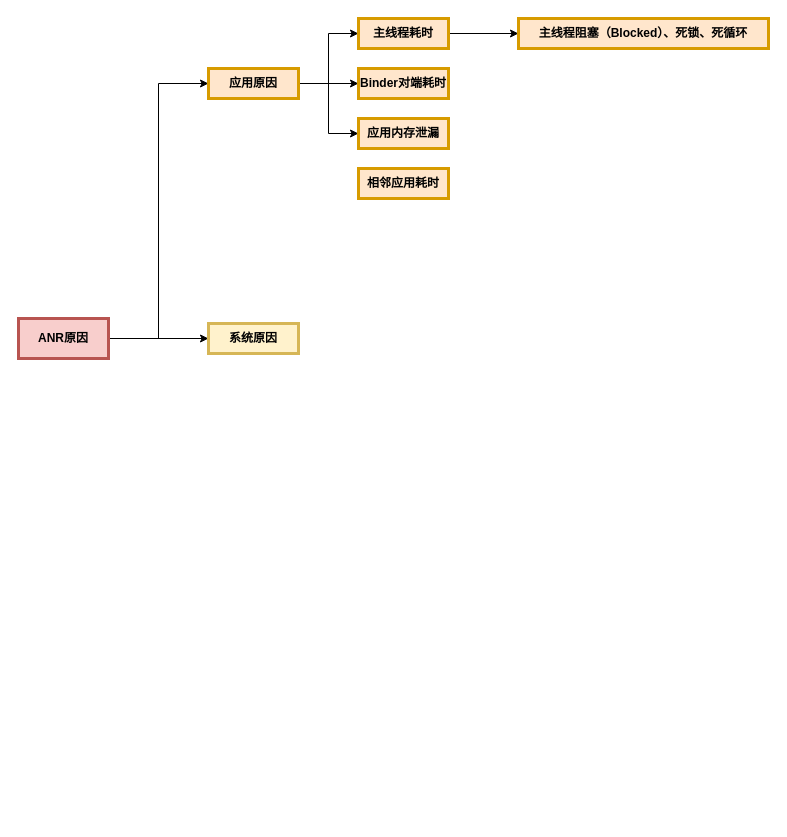
The draw.io diagram 未命名绘图.drawio in qiutianfu1994/Android-Camera-App, before the edit. Source tidied: cells renumbered, new cells numbered last; positions are measured from the earlier drawing's top-left corner, leaving out a move shared by most shapes. Both pictures are drawn from the tidied source at 100%, with x=0, y=0 at pixel (18, 18).
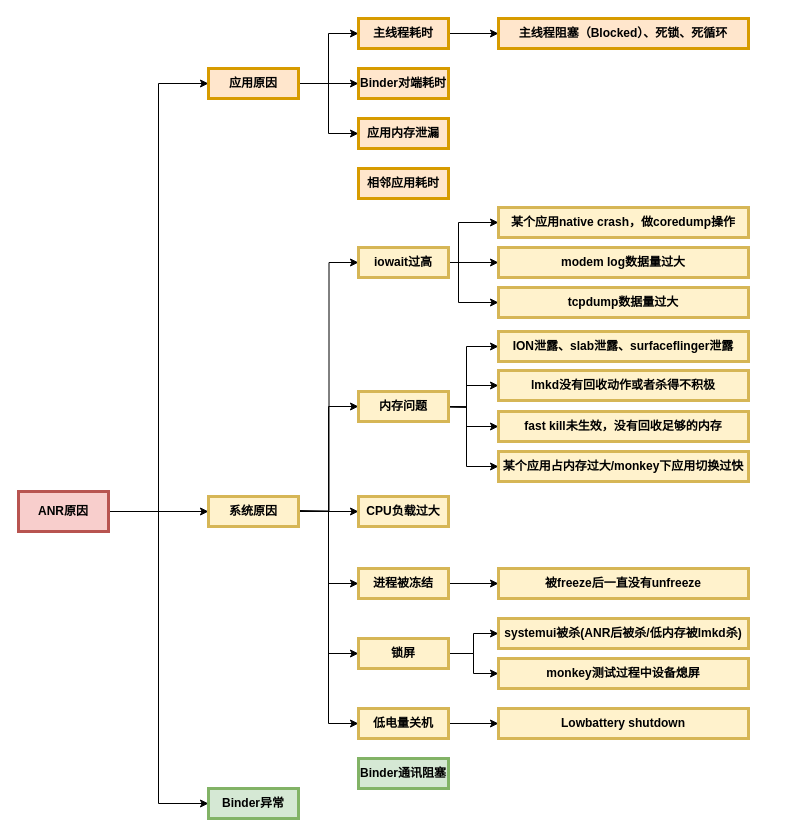
The same page after the edit.

Diff of the diagram source:
```diff
@@
+    <mxCell id="16" style="edgeStyle=orthogonalEdgeStyle;rounded=0;jettySize=auto;html=1;entryX=0;entryY=0.5;entryDx=0;entryDy=0;" parent="1" edge="1" source="4" target="51">
+      <mxGeometry relative="1" as="geometry" />
+    </mxCell>
     <mxCell id="4" value="ANR原因" style="whiteSpace=wrap;align=center;verticalAlign=middle;fontStyle=1;strokeWidth=3;fillColor=#f8cecc;strokeColor=#b85450;" parent="1" vertex="1">
-      <mxGeometry y="300" width="90" height="40" as="geometry" />
+      <mxGeometry y="473" width="90" height="40" as="geometry" />
     </mxCell>
@@
     <mxCell id="11" value="主线程阻塞（Blocked）、死锁、死循环" style="whiteSpace=wrap;align=center;verticalAlign=middle;fontStyle=1;strokeWidth=3;fillColor=#ffe6cc;strokeColor=#d79b00;" parent="1" vertex="1">
-      <mxGeometry x="500" width="250" height="30" as="geometry" />
+      <mxGeometry x="480" width="250" height="30" as="geometry" />
     </mxCell>
@@
+    <mxCell id="17" style="edgeStyle=orthogonalEdgeStyle;rounded=0;jettySize=auto;html=1;entryX=0;entryY=0.5;entryDx=0;entryDy=0;" parent="1" edge="1" target="26">
+      <mxGeometry relative="1" as="geometry">
+        <mxPoint x="280" y="492" as="sourcePoint" />
+      </mxGeometry>
+    </mxCell>
+    <mxCell id="18" style="edgeStyle=orthogonalEdgeStyle;rounded=0;jettySize=auto;html=1;entryX=0;entryY=0.5;entryDx=0;entryDy=0;" parent="1" edge="1" source="15" target="34">
+      <mxGeometry relative="1" as="geometry" />
+    </mxCell>
+    <mxCell id="19" style="edgeStyle=orthogonalEdgeStyle;rounded=0;jettySize=auto;html=1;entryX=0;entryY=0.5;entryDx=0;entryDy=0;" parent="1" edge="1" source="15" target="39">
+      <mxGeometry relative="1" as="geometry" />
+    </mxCell>
+    <mxCell id="20" style="edgeStyle=orthogonalEdgeStyle;rounded=0;jettySize=auto;html=1;entryX=0;entryY=0.5;entryDx=0;entryDy=0;" parent="1" edge="1" source="15" target="41">
+      <mxGeometry relative="1" as="geometry" />
+    </mxCell>
+    <mxCell id="21" style="edgeStyle=orthogonalEdgeStyle;rounded=0;jettySize=auto;html=1;entryX=0;entryY=0.5;entryDx=0;entryDy=0;" parent="1" edge="1" source="15" target="45">
+      <mxGeometry relative="1" as="geometry" />
+    </mxCell>
+    <mxCell id="22" style="edgeStyle=orthogonalEdgeStyle;rounded=0;jettySize=auto;html=1;entryX=0;entryY=0.5;entryDx=0;entryDy=0;" parent="1" edge="1" source="15" target="49">
+      <mxGeometry relative="1" as="geometry" />
+    </mxCell>
     <mxCell id="15" value="系统原因" style="whiteSpace=wrap;align=center;verticalAlign=middle;fontStyle=1;strokeWidth=3;fillColor=#fff2cc;strokeColor=#d6b656;" parent="1" vertex="1">
-      <mxGeometry x="190" y="305" width="90" height="30" as="geometry" />
+      <mxGeometry x="190" y="478" width="90" height="30" as="geometry" />
     </mxCell>
+    <mxCell id="23" style="edgeStyle=orthogonalEdgeStyle;rounded=0;jettySize=auto;html=1;entryX=0;entryY=0.5;entryDx=0;entryDy=0;" parent="1" edge="1" source="26" target="27">
+      <mxGeometry relative="1" as="geometry">
+        <Array as="points">
+          <mxPoint x="440" y="244" />
+          <mxPoint x="440" y="204" />
+        </Array>
+      </mxGeometry>
+    </mxCell>
+    <mxCell id="24" style="edgeStyle=orthogonalEdgeStyle;rounded=0;jettySize=auto;html=1;entryX=0;entryY=0.5;entryDx=0;entryDy=0;" parent="1" edge="1" source="26" target="28">
+      <mxGeometry relative="1" as="geometry" />
+    </mxCell>
+    <mxCell id="25" style="edgeStyle=orthogonalEdgeStyle;rounded=0;jettySize=auto;html=1;entryX=0;entryY=0.5;entryDx=0;entryDy=0;" parent="1" edge="1" source="26" target="29">
+      <mxGeometry relative="1" as="geometry">
+        <Array as="points">
+          <mxPoint x="440" y="244" />
+          <mxPoint x="440" y="284" />
+        </Array>
+      </mxGeometry>
+    </mxCell>
+    <mxCell id="26" value="iowait过高" style="whiteSpace=wrap;align=center;verticalAlign=middle;fontStyle=1;strokeWidth=3;fillColor=#fff2cc;strokeColor=#d6b656;" parent="1" vertex="1">
+      <mxGeometry x="340" y="229" width="90" height="30" as="geometry" />
+    </mxCell>
+    <mxCell id="27" value="某个应用native crash，做coredump操作" style="whiteSpace=wrap;align=center;verticalAlign=middle;fontStyle=1;strokeWidth=3;fillColor=#fff2cc;strokeColor=#d6b656;" parent="1" vertex="1">
+      <mxGeometry x="480" y="189" width="250" height="30" as="geometry" />
+    </mxCell>
+    <mxCell id="28" value="modem log数据量过大" style="whiteSpace=wrap;align=center;verticalAlign=middle;fontStyle=1;strokeWidth=3;fillColor=#fff2cc;strokeColor=#d6b656;" parent="1" vertex="1">
+      <mxGeometry x="480" y="229" width="250" height="30" as="geometry" />
+    </mxCell>
+    <mxCell id="29" value="tcpdump数据量过大" style="whiteSpace=wrap;align=center;verticalAlign=middle;fontStyle=1;strokeWidth=3;fillColor=#fff2cc;strokeColor=#d6b656;" parent="1" vertex="1">
+      <mxGeometry x="480" y="269" width="250" height="30" as="geometry" />
+    </mxCell>
+    <mxCell id="30" style="edgeStyle=orthogonalEdgeStyle;rounded=0;jettySize=auto;html=1;entryX=0;entryY=0.5;entryDx=0;entryDy=0;" parent="1" edge="1" target="35">
+      <mxGeometry relative="1" as="geometry">
+        <mxPoint x="415" y="388" as="sourcePoint" />
+      </mxGeometry>
+    </mxCell>
+    <mxCell id="31" style="edgeStyle=orthogonalEdgeStyle;rounded=0;jettySize=auto;html=1;entryX=0;entryY=0.5;entryDx=0;entryDy=0;" parent="1" edge="1" target="36">
+      <mxGeometry relative="1" as="geometry">
+        <mxPoint x="415" y="388" as="sourcePoint" />
+      </mxGeometry>
+    </mxCell>
+    <mxCell id="32" style="edgeStyle=orthogonalEdgeStyle;rounded=0;jettySize=auto;html=1;entryX=0;entryY=0.5;entryDx=0;entryDy=0;" parent="1" edge="1" target="37">
+      <mxGeometry relative="1" as="geometry">
+        <mxPoint x="415" y="388" as="sourcePoint" />
+      </mxGeometry>
+    </mxCell>
+    <mxCell id="33" style="edgeStyle=orthogonalEdgeStyle;rounded=0;jettySize=auto;html=1;entryX=0;entryY=0.5;entryDx=0;entryDy=0;" parent="1" edge="1" target="38">
+      <mxGeometry relative="1" as="geometry">
+        <mxPoint x="415" y="388" as="sourcePoint" />
+      </mxGeometry>
+    </mxCell>
+    <mxCell id="34" value="内存问题" style="whiteSpace=wrap;align=center;verticalAlign=middle;fontStyle=1;strokeWidth=3;fillColor=#fff2cc;strokeColor=#d6b656;" parent="1" vertex="1">
+      <mxGeometry x="340" y="373" width="90" height="30" as="geometry" />
+    </mxCell>
+    <mxCell id="35" value="ION泄露、slab泄露、surfaceflinger泄露" style="whiteSpace=wrap;align=center;verticalAlign=middle;fontStyle=1;strokeWidth=3;fillColor=#fff2cc;strokeColor=#d6b656;" parent="1" vertex="1">
+      <mxGeometry x="480" y="313" width="250" height="30" as="geometry" />
+    </mxCell>
+    <mxCell id="36" value="lmkd没有回收动作或者杀得不积极" style="whiteSpace=wrap;align=center;verticalAlign=middle;fontStyle=1;strokeWidth=3;fillColor=#fff2cc;strokeColor=#d6b656;" parent="1" vertex="1">
+      <mxGeometry x="480" y="352" width="250" height="30" as="geometry" />
+    </mxCell>
+    <mxCell id="37" value="fast kill未生效，没有回收足够的内存" style="whiteSpace=wrap;align=center;verticalAlign=middle;fontStyle=1;strokeWidth=3;fillColor=#fff2cc;strokeColor=#d6b656;" parent="1" vertex="1">
+      <mxGeometry x="480" y="393" width="250" height="30" as="geometry" />
+    </mxCell>
+    <mxCell id="38" value="某个应用占内存过大/monkey下应用切换过快" style="whiteSpace=wrap;align=center;verticalAlign=middle;fontStyle=1;strokeWidth=3;fillColor=#fff2cc;strokeColor=#d6b656;" parent="1" vertex="1">
+      <mxGeometry x="480" y="433" width="250" height="30" as="geometry" />
+    </mxCell>
+    <mxCell id="39" value="CPU负载过大" style="whiteSpace=wrap;align=center;verticalAlign=middle;fontStyle=1;strokeWidth=3;fillColor=#fff2cc;strokeColor=#d6b656;" parent="1" vertex="1">
+      <mxGeometry x="340" y="478" width="90" height="30" as="geometry" />
+    </mxCell>
+    <mxCell id="40" style="edgeStyle=orthogonalEdgeStyle;rounded=0;jettySize=auto;html=1;entryX=0;entryY=0.5;entryDx=0;entryDy=0;" parent="1" edge="1" source="41" target="42">
+      <mxGeometry relative="1" as="geometry" />
+    </mxCell>
+    <mxCell id="41" value="进程被冻结" style="whiteSpace=wrap;align=center;verticalAlign=middle;fontStyle=1;strokeWidth=3;fillColor=#fff2cc;strokeColor=#d6b656;" parent="1" vertex="1">
+      <mxGeometry x="340" y="550" width="90" height="30" as="geometry" />
+    </mxCell>
+    <mxCell id="42" value="被freeze后一直没有unfreeze" style="whiteSpace=wrap;align=center;verticalAlign=middle;fontStyle=1;strokeWidth=3;fillColor=#fff2cc;strokeColor=#d6b656;" parent="1" vertex="1">
+      <mxGeometry x="480" y="550" width="250" height="30" as="geometry" />
+    </mxCell>
+    <mxCell id="43" style="edgeStyle=orthogonalEdgeStyle;rounded=0;jettySize=auto;html=1;entryX=0;entryY=0.5;entryDx=0;entryDy=0;" parent="1" edge="1" source="45" target="46">
+      <mxGeometry relative="1" as="geometry" />
+    </mxCell>
+    <mxCell id="44" style="edgeStyle=orthogonalEdgeStyle;rounded=0;jettySize=auto;html=1;entryX=0;entryY=0.5;entryDx=0;entryDy=0;" parent="1" edge="1" source="45" target="47">
+      <mxGeometry relative="1" as="geometry" />
+    </mxCell>
+    <mxCell id="45" value="锁屏" style="whiteSpace=wrap;align=center;verticalAlign=middle;fontStyle=1;strokeWidth=3;fillColor=#fff2cc;strokeColor=#d6b656;" parent="1" vertex="1">
+      <mxGeometry x="340" y="620" width="90" height="30" as="geometry" />
+    </mxCell>
+    <mxCell id="46" value="systemui被杀(ANR后被杀/低内存被lmkd杀)" style="whiteSpace=wrap;align=center;verticalAlign=middle;fontStyle=1;strokeWidth=3;fillColor=#fff2cc;strokeColor=#d6b656;" parent="1" vertex="1">
+      <mxGeometry x="480" y="600" width="250" height="30" as="geometry" />
+    </mxCell>
+    <mxCell id="47" value="monkey测试过程中设备熄屏" style="whiteSpace=wrap;align=center;verticalAlign=middle;fontStyle=1;strokeWidth=3;fillColor=#fff2cc;strokeColor=#d6b656;" parent="1" vertex="1">
+      <mxGeometry x="480" y="640" width="250" height="30" as="geometry" />
+    </mxCell>
+    <mxCell id="48" style="edgeStyle=orthogonalEdgeStyle;rounded=0;jettySize=auto;html=1;entryX=0;entryY=0.5;entryDx=0;entryDy=0;" parent="1" edge="1" source="49" target="50">
+      <mxGeometry relative="1" as="geometry" />
+    </mxCell>
+    <mxCell id="49" value="低电量关机" style="whiteSpace=wrap;align=center;verticalAlign=middle;fontStyle=1;strokeWidth=3;fillColor=#fff2cc;strokeColor=#d6b656;" parent="1" vertex="1">
+      <mxGeometry x="340" y="690" width="90" height="30" as="geometry" />
+    </mxCell>
+    <mxCell id="50" value="Lowbattery shutdown" style="whiteSpace=wrap;align=center;verticalAlign=middle;fontStyle=1;strokeWidth=3;fillColor=#fff2cc;strokeColor=#d6b656;" parent="1" vertex="1">
+      <mxGeometry x="480" y="690" width="250" height="30" as="geometry" />
+    </mxCell>
+    <mxCell id="51" value="Binder异常" style="whiteSpace=wrap;align=center;verticalAlign=middle;fontStyle=1;strokeWidth=3;fillColor=#d5e8d4;strokeColor=#82b366;" parent="1" vertex="1">
+      <mxGeometry x="190" y="770" width="90" height="30" as="geometry" />
+    </mxCell>
+    <mxCell id="52" value="Binder通讯阻塞" style="whiteSpace=wrap;align=center;verticalAlign=middle;fontStyle=1;strokeWidth=3;fillColor=#d5e8d4;strokeColor=#82b366;" parent="1" vertex="1">
+      <mxGeometry x="340" y="740" width="90" height="30" as="geometry" />
+    </mxCell>
```
